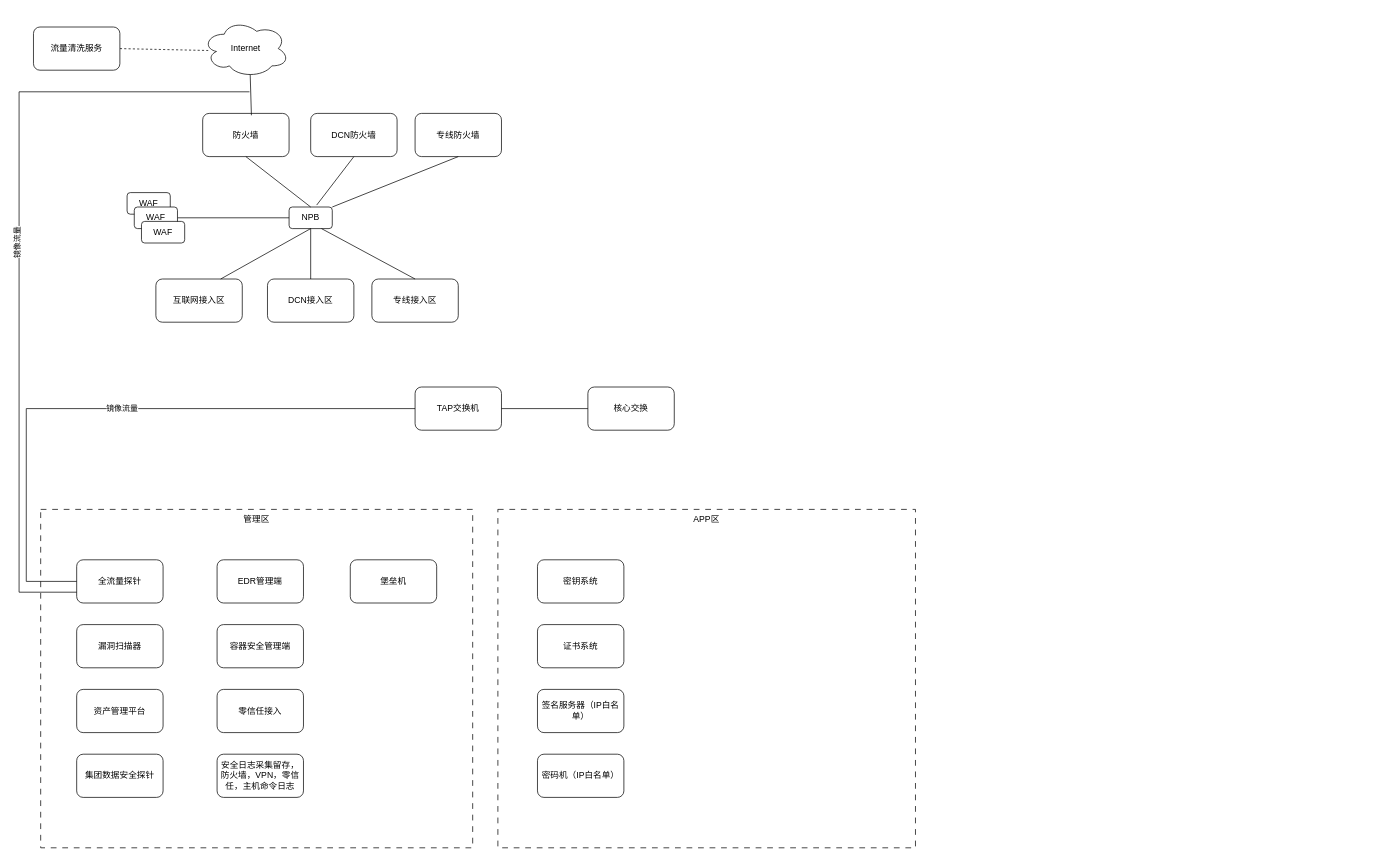
Earlier version of the draw.io diagram cloudsecurity.drawio (razor/1102_decoration). Source tidied: cells renumbered, new cells numbered last; positions are measured from the earlier drawing's top-left corner, leaving out a move shared by most shapes. Both pictures are drawn from the tidied source at 72%, with x=0, y=0 at pixel (19, 19).
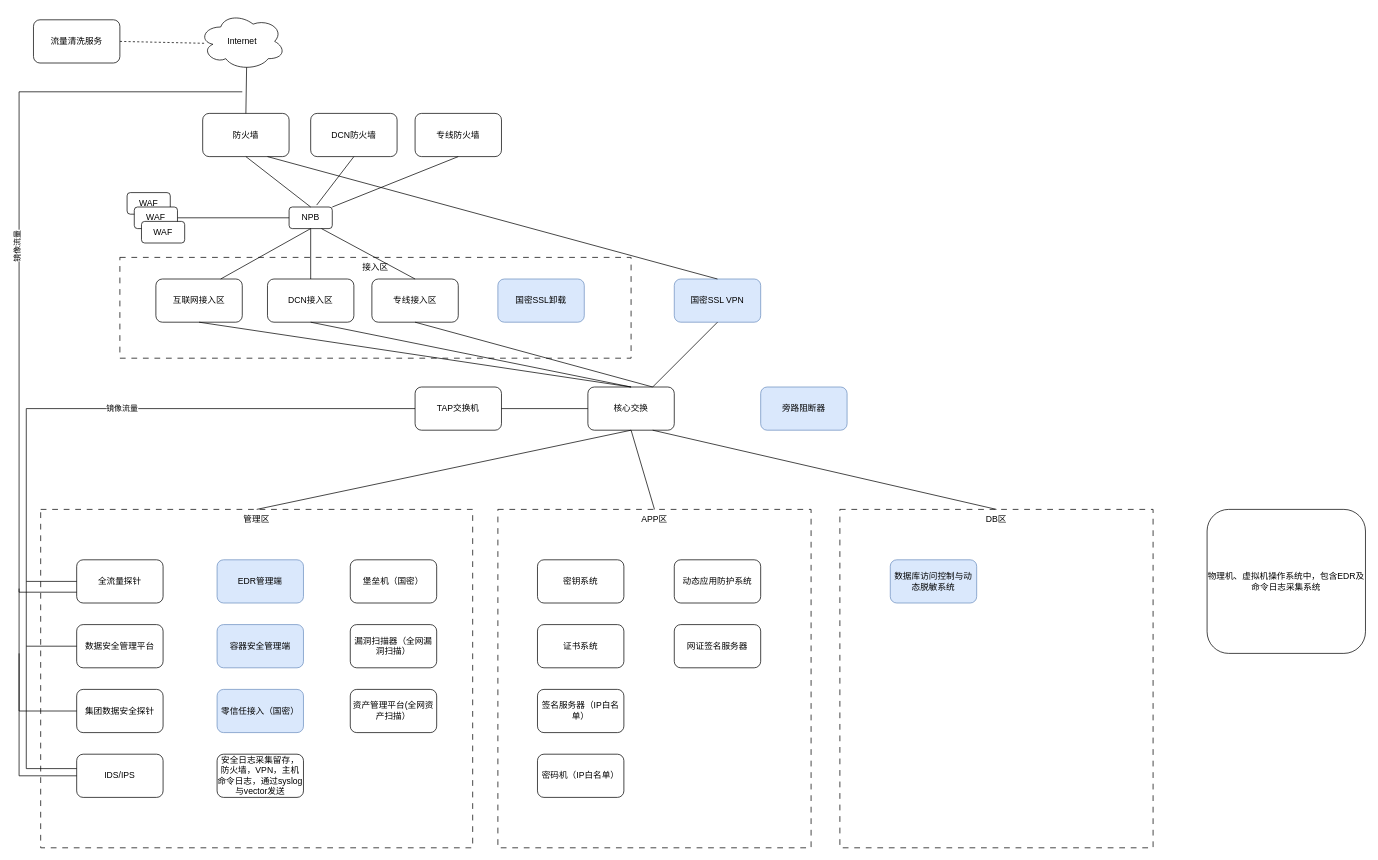
The same page after the edit.

The change refers to these unchanged cells:
```xml
<mxCell id="3" value="管理区" style="rounded=0;whiteSpace=wrap;html=1;verticalAlign=top;dashed=1;dashPattern=8 8;" parent="1" vertex="1">
  <mxGeometry x="30" y="680" width="600" height="470" as="geometry" />
</mxCell>
<mxCell id="7" value="防火墙" style="rounded=1;whiteSpace=wrap;html=1;" parent="1" vertex="1">
  <mxGeometry x="255" y="130" width="120" height="60" as="geometry" />
</mxCell>
<mxCell id="8" value="互联网接入区" style="rounded=1;whiteSpace=wrap;html=1;" parent="1" vertex="1">
  <mxGeometry x="190" y="360" width="120" height="60" as="geometry" />
</mxCell>
<mxCell id="27" value="全流量探针" style="rounded=1;whiteSpace=wrap;html=1;" parent="1" vertex="1">
  <mxGeometry x="80" y="750" width="120" height="60" as="geometry" />
</mxCell>
<mxCell id="38" value="核心交换" style="rounded=1;whiteSpace=wrap;html=1;" parent="1" vertex="1">
  <mxGeometry x="790" y="510" width="120" height="60" as="geometry" />
</mxCell>
```

Change to the diagram source:
```diff
@@
+    <mxCell id="45" value="接入区" style="rounded=0;whiteSpace=wrap;html=1;verticalAlign=top;dashed=1;dashPattern=8 8;" parent="1" vertex="1">
+      <mxGeometry x="140" y="330" width="710" height="140" as="geometry" />
+    </mxCell>
+    <mxCell id="46" value="DB区" style="rounded=0;whiteSpace=wrap;html=1;verticalAlign=top;dashed=1;dashPattern=8 8;" parent="1" vertex="1">
+      <mxGeometry x="1140" y="680" width="435" height="470" as="geometry" />
+    </mxCell>
     <mxCell id="2" value="APP区" style="rounded=0;whiteSpace=wrap;html=1;verticalAlign=top;dashed=1;dashPattern=8 8;" parent="1" vertex="1">
-      <mxGeometry x="665" y="680" width="580" height="470" as="geometry" />
+      <mxGeometry x="665" y="680" width="435" height="470" as="geometry" />
     </mxCell>
@@
     <mxCell id="4" value="Internet" style="ellipse;shape=cloud;whiteSpace=wrap;html=1;" parent="1" vertex="1">
-      <mxGeometry x="255" width="120" height="80" as="geometry" />
+      <mxGeometry x="250" y="-10" width="120" height="80" as="geometry" />
     </mxCell>
@@
     <mxCell id="6" value="流量清洗服务" style="rounded=1;whiteSpace=wrap;html=1;" parent="1" vertex="1">
-      <mxGeometry x="20" y="10" width="120" height="60" as="geometry" />
+      <mxGeometry x="20" width="120" height="60" as="geometry" />
     </mxCell>
@@
-    <mxCell id="14" style="endArrow=none;html=1;rounded=0;entryX=0.55;entryY=0.95;entryDx=0;entryDy=0;entryPerimeter=0;exitX=0.564;exitY=0.044;exitDx=0;exitDy=0;exitPerimeter=0;" parent="1" edge="1" source="7" target="4">
+    <mxCell id="14" style="endArrow=none;html=1;rounded=0;entryX=0.55;entryY=0.95;entryDx=0;entryDy=0;entryPerimeter=0;exitX=0.5;exitY=0;exitDx=0;exitDy=0;" parent="1" edge="1" source="7" target="4">
       <mxGeometry relative="1" as="geometry" />
     </mxCell>
@@
-    <mxCell id="25" value="漏洞扫描器" style="rounded=1;whiteSpace=wrap;html=1;" parent="1" vertex="1">
-      <mxGeometry x="80" y="840" width="120" height="60" as="geometry" />
+    <mxCell id="25" value="漏洞扫描器（全网漏洞扫描）" style="rounded=1;whiteSpace=wrap;html=1;" parent="1" vertex="1">
+      <mxGeometry x="460" y="840" width="120" height="60" as="geometry" />
     </mxCell>
-    <mxCell id="26" value="资产管理平台" style="rounded=1;whiteSpace=wrap;html=1;" parent="1" vertex="1">
-      <mxGeometry x="80" y="930" width="120" height="60" as="geometry" />
+    <mxCell id="26" value="资产管理平台(全网资产扫描）" style="rounded=1;whiteSpace=wrap;html=1;" parent="1" vertex="1">
+      <mxGeometry x="460" y="930" width="120" height="60" as="geometry" />
     </mxCell>
@@
     <mxCell id="28" value="集团数据安全探针" style="rounded=1;whiteSpace=wrap;html=1;" parent="1" vertex="1">
-      <mxGeometry x="80" y="1020" width="120" height="60" as="geometry" />
+      <mxGeometry x="80" y="930" width="120" height="60" as="geometry" />
     </mxCell>
-    <mxCell id="29" value="EDR管理端" style="rounded=1;whiteSpace=wrap;html=1;" parent="1" vertex="1">
+    <mxCell id="29" value="EDR管理端" style="rounded=1;whiteSpace=wrap;html=1;fillColor=#dae8fc;strokeColor=#6c8ebf;" parent="1" vertex="1">
       <mxGeometry x="275" y="750" width="120" height="60" as="geometry" />
     </mxCell>
-    <mxCell id="30" value="容器安全管理端" style="rounded=1;whiteSpace=wrap;html=1;" parent="1" vertex="1">
+    <mxCell id="30" value="容器安全管理端" style="rounded=1;whiteSpace=wrap;html=1;fillColor=#dae8fc;strokeColor=#6c8ebf;" parent="1" vertex="1">
       <mxGeometry x="275" y="840" width="120" height="60" as="geometry" />
     </mxCell>
-    <mxCell id="31" value="零信任接入" style="rounded=1;whiteSpace=wrap;html=1;" parent="1" vertex="1">
+    <mxCell id="31" value="零信任接入（国密）" style="rounded=1;whiteSpace=wrap;html=1;fillColor=#dae8fc;strokeColor=#6c8ebf;" parent="1" vertex="1">
       <mxGeometry x="275" y="930" width="120" height="60" as="geometry" />
     </mxCell>
-    <mxCell id="32" value="安全日志采集留存，防火墙，VPN，零信任，主机命令日志" style="rounded=1;whiteSpace=wrap;html=1;" parent="1" vertex="1">
+    <mxCell id="32" value="安全日志采集留存，防火墙，VPN，主机命令日志，通过syslog与vector发送" style="rounded=1;whiteSpace=wrap;html=1;" parent="1" vertex="1">
       <mxGeometry x="275" y="1020" width="120" height="60" as="geometry" />
     </mxCell>
@@
-    <mxCell id="37" value="堡垒机" style="rounded=1;whiteSpace=wrap;html=1;" parent="1" vertex="1">
+    <mxCell id="37" value="堡垒机（国密）" style="rounded=1;whiteSpace=wrap;html=1;" parent="1" vertex="1">
       <mxGeometry x="460" y="750" width="120" height="60" as="geometry" />
     </mxCell>
@@
     <mxCell id="41" style="endArrow=none;html=1;rounded=0;exitX=0;exitY=0.75;exitDx=0;exitDy=0;" parent="1" edge="1" source="27">
       <mxGeometry relative="1" as="geometry">
-        <mxPoint x="320" y="100" as="targetPoint" />
+        <mxPoint x="310" y="100" as="targetPoint" />
         <Array as="points">
           <mxPoint y="795" />
           <mxPoint y="100" />
         </Array>
       </mxGeometry>
     </mxCell>
@@
+    <mxCell id="47" style="endArrow=none;html=1;rounded=0;entryX=0.5;entryY=1;entryDx=0;entryDy=0;exitX=0.5;exitY=0;exitDx=0;exitDy=0;" parent="1" edge="1" source="38" target="8">
+      <mxGeometry relative="1" as="geometry" />
+    </mxCell>
+    <mxCell id="48" style="endArrow=none;html=1;rounded=0;entryX=0.5;entryY=1;entryDx=0;entryDy=0;exitX=0.5;exitY=0;exitDx=0;exitDy=0;" parent="1" edge="1" source="38">
+      <mxGeometry relative="1" as="geometry">
+        <mxPoint x="405" y="420" as="targetPoint" />
+      </mxGeometry>
+    </mxCell>
+    <mxCell id="49" style="endArrow=none;html=1;rounded=0;entryX=0.5;entryY=1;entryDx=0;entryDy=0;exitX=0.75;exitY=0;exitDx=0;exitDy=0;" parent="1" edge="1" source="38">
+      <mxGeometry relative="1" as="geometry">
+        <mxPoint x="550" y="420" as="targetPoint" />
+      </mxGeometry>
+    </mxCell>
+    <mxCell id="50" style="endArrow=none;html=1;rounded=0;entryX=0.5;entryY=1;entryDx=0;entryDy=0;exitX=0.5;exitY=0;exitDx=0;exitDy=0;" parent="1" edge="1" source="3" target="38">
+      <mxGeometry relative="1" as="geometry" />
+    </mxCell>
+    <mxCell id="51" style="endArrow=none;html=1;rounded=0;entryX=0.5;entryY=1;entryDx=0;entryDy=0;exitX=0.5;exitY=0;exitDx=0;exitDy=0;" parent="1" edge="1" source="2" target="38">
+      <mxGeometry relative="1" as="geometry" />
+    </mxCell>
+    <mxCell id="52" value="动态应用防护系统" style="rounded=1;whiteSpace=wrap;html=1;" parent="1" vertex="1">
+      <mxGeometry x="910" y="750" width="120" height="60" as="geometry" />
+    </mxCell>
+    <mxCell id="53" value="网证签名服务器" style="rounded=1;whiteSpace=wrap;html=1;" parent="1" vertex="1">
+      <mxGeometry x="910" y="840" width="120" height="60" as="geometry" />
+    </mxCell>
+    <mxCell id="54" value="数据安全管理平台" style="rounded=1;whiteSpace=wrap;html=1;" parent="1" vertex="1">
+      <mxGeometry x="80" y="840" width="120" height="60" as="geometry" />
+    </mxCell>
+    <mxCell id="55" style="endArrow=none;html=1;rounded=0;entryX=0;entryY=0.5;entryDx=0;entryDy=0;" parent="1" edge="1" target="28">
+      <mxGeometry relative="1" as="geometry">
+        <mxPoint y="790" as="sourcePoint" />
+        <Array as="points">
+          <mxPoint y="960" />
+        </Array>
+      </mxGeometry>
+    </mxCell>
+    <mxCell id="56" style="endArrow=none;html=1;rounded=0;entryX=0;entryY=0.5;entryDx=0;entryDy=0;" parent="1" edge="1" target="54">
+      <mxGeometry relative="1" as="geometry">
+        <mxPoint x="10" y="780" as="sourcePoint" />
+        <Array as="points">
+          <mxPoint x="10" y="870" />
+        </Array>
+      </mxGeometry>
+    </mxCell>
+    <mxCell id="57" value="物理机、虚拟机操作系统中，包含EDR及命令日志采集系统" style="rounded=1;whiteSpace=wrap;html=1;" parent="1" vertex="1">
+      <mxGeometry x="1650" y="680" width="220" height="200" as="geometry" />
+    </mxCell>
+    <mxCell id="58" value="IDS/IPS" style="rounded=1;whiteSpace=wrap;html=1;" parent="1" vertex="1">
+      <mxGeometry x="80" y="1020" width="120" height="60" as="geometry" />
+    </mxCell>
+    <mxCell id="59" style="endArrow=none;html=1;rounded=0;entryX=0;entryY=0.5;entryDx=0;entryDy=0;" parent="1" edge="1">
+      <mxGeometry relative="1" as="geometry">
+        <mxPoint y="880" as="sourcePoint" />
+        <mxPoint x="80" y="1050" as="targetPoint" />
+        <Array as="points">
+          <mxPoint y="1050" />
+        </Array>
+      </mxGeometry>
+    </mxCell>
+    <mxCell id="60" style="endArrow=none;html=1;rounded=0;entryX=0;entryY=0.5;entryDx=0;entryDy=0;" parent="1" edge="1">
+      <mxGeometry relative="1" as="geometry">
+        <mxPoint x="10" y="870" as="sourcePoint" />
+        <mxPoint x="80" y="1040" as="targetPoint" />
+        <Array as="points">
+          <mxPoint x="10" y="1040" />
+        </Array>
+      </mxGeometry>
+    </mxCell>
+    <mxCell id="61" value="旁路阻断器" style="rounded=1;whiteSpace=wrap;html=1;fillColor=#dae8fc;strokeColor=#6c8ebf;" parent="1" vertex="1">
+      <mxGeometry x="1030" y="510" width="120" height="60" as="geometry" />
+    </mxCell>
+    <mxCell id="62" value="数据库访问控制与动态脱敏系统" style="rounded=1;whiteSpace=wrap;html=1;fillColor=#dae8fc;strokeColor=#6c8ebf;" parent="1" vertex="1">
+      <mxGeometry x="1210" y="750" width="120" height="60" as="geometry" />
+    </mxCell>
+    <mxCell id="63" value="国密SSL卸载" style="rounded=1;whiteSpace=wrap;html=1;fillColor=#dae8fc;strokeColor=#6c8ebf;" parent="1" vertex="1">
+      <mxGeometry x="665" y="360" width="120" height="60" as="geometry" />
+    </mxCell>
+    <mxCell id="64" value="国密SSL VPN" style="rounded=1;whiteSpace=wrap;html=1;fillColor=#dae8fc;strokeColor=#6c8ebf;" parent="1" vertex="1">
+      <mxGeometry x="910" y="360" width="120" height="60" as="geometry" />
+    </mxCell>
+    <mxCell id="65" style="endArrow=none;html=1;rounded=0;exitX=0.75;exitY=1;exitDx=0;exitDy=0;entryX=0.5;entryY=0;entryDx=0;entryDy=0;" parent="1" edge="1" source="7" target="64">
+      <mxGeometry relative="1" as="geometry" />
+    </mxCell>
+    <mxCell id="66" style="endArrow=none;html=1;rounded=0;entryX=0.5;entryY=1;entryDx=0;entryDy=0;exitX=0.75;exitY=0;exitDx=0;exitDy=0;" parent="1" edge="1" source="38" target="64">
+      <mxGeometry relative="1" as="geometry" />
+    </mxCell>
+    <mxCell id="67" style="endArrow=none;html=1;rounded=0;entryX=0.5;entryY=0;entryDx=0;entryDy=0;exitX=0.75;exitY=1;exitDx=0;exitDy=0;" parent="1" edge="1" source="38" target="46">
+      <mxGeometry relative="1" as="geometry" />
+    </mxCell>
```
